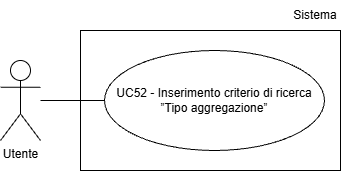
Earlier version of the draw.io export assets/Use_Case_Diagrams/UC52.png (Team-Three-Technologies/Documenti). Source tidied: cells renumbered, new cells last; positions are measured from the earlier drawing's top-left corner, leaving out a move shared by most shapes. The source it was exported from:
```xml
<mxGraphModel>
  <root>
    <mxCell id="0" />
    <mxCell id="1" parent="0" />
    <mxCell id="2" value="Utente" style="shape=umlActor;verticalLabelPosition=bottom;verticalAlign=top;html=1;" parent="1" vertex="1">
      <mxGeometry y="60" width="40" height="80" as="geometry" />
    </mxCell>
    <mxCell id="3" value="UC52 - Inserimento criterio di ricerca ”Tipo aggregazione”" style="ellipse;whiteSpace=wrap;html=1;align=center;" parent="1" vertex="1">
      <mxGeometry x="104" y="50" width="220" height="100" as="geometry" />
    </mxCell>
    <mxCell id="4" style="endArrow=none;html=1;rounded=0;entryX=0;entryY=0.5;entryDx=0;entryDy=0;" parent="1" edge="1" target="3">
      <mxGeometry relative="1" as="geometry">
        <mxPoint x="40" y="100" as="sourcePoint" />
      </mxGeometry>
    </mxCell>
    <mxCell id="5" style="rounded=0;whiteSpace=wrap;html=1;fillColor=none;" parent="1" vertex="1">
      <mxGeometry x="80" y="30" width="260" height="140" as="geometry" />
    </mxCell>
    <mxCell id="6" value="Sistema" style="text;html=1;whiteSpace=wrap;strokeColor=none;fillColor=none;align=center;verticalAlign=middle;rounded=0;" parent="1" vertex="1">
      <mxGeometry x="290" width="50" height="30" as="geometry" />
    </mxCell>
  </root>
</mxGraphModel>
```
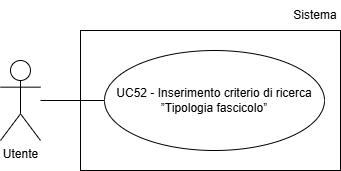
The same diagram one commit later.

The edit, as a diff of the source:
```diff
@@ -5,14 +5,14 @@
     <mxCell id="2" value="Utente" style="shape=umlActor;verticalLabelPosition=bottom;verticalAlign=top;html=1;" parent="1" vertex="1">
       <mxGeometry y="60" width="40" height="80" as="geometry" />
     </mxCell>
-    <mxCell id="3" value="UC52 - Inserimento criterio di ricerca ”Tipo aggregazione”" style="ellipse;whiteSpace=wrap;html=1;align=center;" parent="1" vertex="1">
-      <mxGeometry x="104" y="50" width="220" height="100" as="geometry" />
-    </mxCell>
-    <mxCell id="4" style="endArrow=none;html=1;rounded=0;entryX=0;entryY=0.5;entryDx=0;entryDy=0;" parent="1" edge="1" target="3">
-      <mxGeometry relative="1" as="geometry">
-        <mxPoint x="40" y="100" as="sourcePoint" />
-      </mxGeometry>
-    </mxCell>
+    <mxCell id="7" value="UC52 - Inserimento criterio di ricerca ”Tipologia fascicolo”" style="ellipse;whiteSpace=wrap;html=1;align=center;" parent="1" vertex="1">
+      <mxGeometry x="104" y="50" width="220" height="100" as="geometry" />
+    </mxCell>
+    <mxCell id="8" style="endArrow=none;html=1;rounded=0;entryX=0;entryY=0.5;entryDx=0;entryDy=0;" parent="1" edge="1" target="7">
+      <mxGeometry relative="1" as="geometry">
+        <mxPoint x="40" y="100" as="sourcePoint" />
+      </mxGeometry>
+    </mxCell>
     <mxCell id="5" style="rounded=0;whiteSpace=wrap;html=1;fillColor=none;" parent="1" vertex="1">
       <mxGeometry x="80" y="30" width="260" height="140" as="geometry" />
     </mxCell>
```
